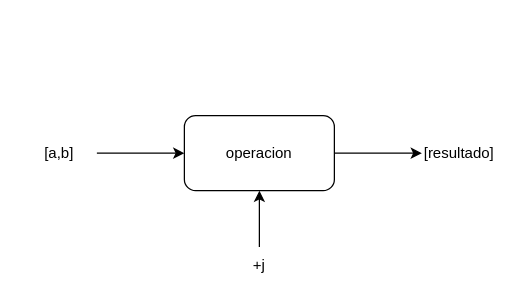
Before: operacion_matlab.drawio in JuanCCH10/Matlab_function_axample, a draw.io diagram. Source tidied: cells renumbered, new cells numbered last; positions are measured from the earlier drawing's top-left corner, leaving out a move shared by most shapes. Both pictures are drawn from the tidied source at 125%, with x=0, y=0 at pixel (21, 115).
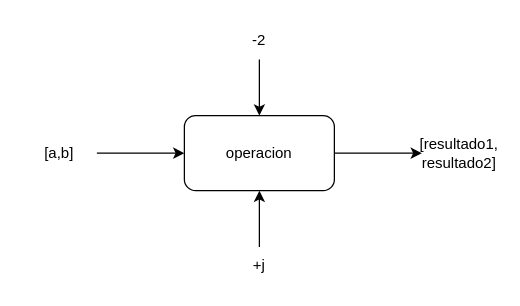
The same diagram, later.

Diff of the diagram source:
```diff
@@
 <mxGraphModel>
   <root>
     <mxCell id="0" />
     <mxCell id="1" parent="0" />
     <mxCell id="2" style="edgeStyle=orthogonalEdgeStyle;rounded=0;jettySize=auto;html=1;" parent="1" edge="1" source="3" target="5">
       <mxGeometry relative="1" as="geometry" />
     </mxCell>
     <mxCell id="3" value="[a,b]" style="text;html=1;align=center;verticalAlign=middle;whiteSpace=wrap;rounded=0;" parent="1" vertex="1">
       <mxGeometry y="15" width="60" height="30" as="geometry" />
     </mxCell>
     <mxCell id="4" style="edgeStyle=orthogonalEdgeStyle;rounded=0;jettySize=auto;html=1;" parent="1" edge="1" source="5" target="6">
       <mxGeometry relative="1" as="geometry" />
     </mxCell>
     <mxCell id="5" value="operacion" style="rounded=1;whiteSpace=wrap;html=1;" parent="1" vertex="1">
       <mxGeometry x="130" width="120" height="60" as="geometry" />
     </mxCell>
-    <mxCell id="6" value="[resultado]" style="text;html=1;align=center;verticalAlign=middle;whiteSpace=wrap;rounded=0;" parent="1" vertex="1">
+    <mxCell id="6" value="[resultado1, resultado2]" style="text;html=1;align=center;verticalAlign=middle;whiteSpace=wrap;rounded=0;" parent="1" vertex="1">
       <mxGeometry x="320" y="15" width="60" height="30" as="geometry" />
     </mxCell>
     <mxCell id="7" style="edgeStyle=orthogonalEdgeStyle;rounded=0;jettySize=auto;html=1;" parent="1" edge="1" source="8" target="5">
       <mxGeometry relative="1" as="geometry" />
     </mxCell>
     <mxCell id="8" value="+j" style="text;html=1;align=center;verticalAlign=middle;whiteSpace=wrap;rounded=0;" parent="1" vertex="1">
       <mxGeometry x="160" y="105" width="60" height="30" as="geometry" />
     </mxCell>
+    <mxCell id="9" style="edgeStyle=orthogonalEdgeStyle;rounded=0;jettySize=auto;html=1;" parent="1" edge="1" source="10" target="5">
+      <mxGeometry relative="1" as="geometry" />
+    </mxCell>
+    <mxCell id="10" value="-2" style="text;html=1;align=center;verticalAlign=middle;whiteSpace=wrap;rounded=0;" parent="1" vertex="1">
+      <mxGeometry x="160" y="-75" width="60" height="30" as="geometry" />
+    </mxCell>
   </root>
 </mxGraphModel>
```
